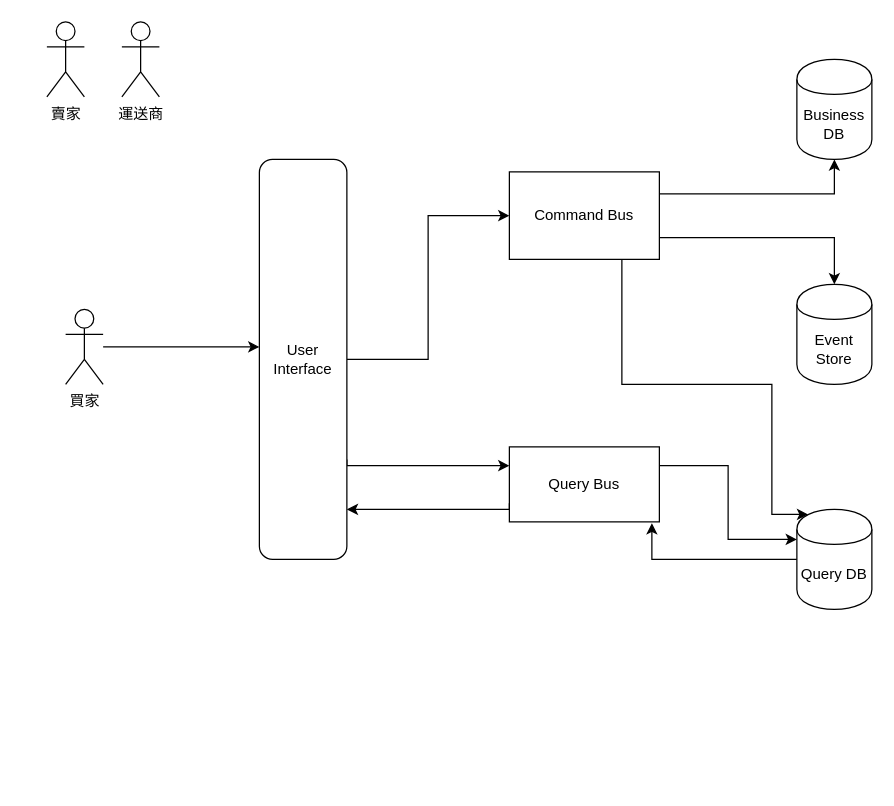
Earlier version of the draw.io diagram 網購流程.drawio (Benknightdark/Shopping). Source tidied: cells renumbered, new cells numbered last; positions are measured from the earlier drawing's top-left corner, leaving out a move shared by most shapes. Both pictures are drawn from the tidied source at 125%, with x=0, y=0 at pixel (46, 21).
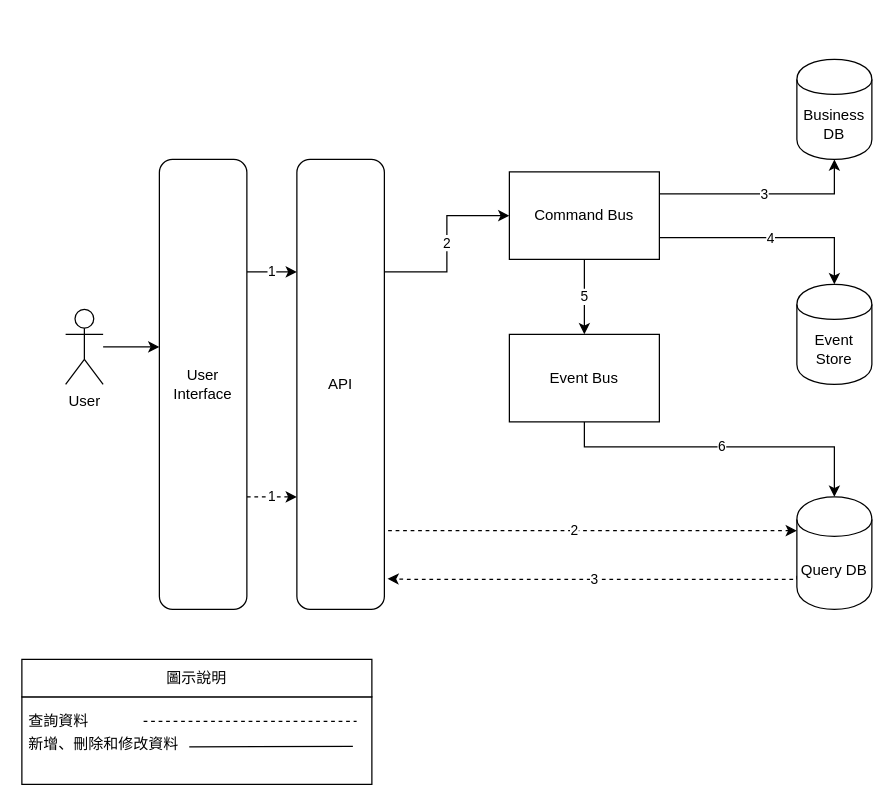
The same diagram, later.

Commit message (it also covers changes not shown here):
更新網購流程.drawio

The change refers to these unchanged cells:
```xml
<mxCell id="5" value="Command Bus" style="rounded=0;whiteSpace=wrap;html=1;" parent="1" vertex="1">
  <mxGeometry x="370" y="120" width="120" height="70" as="geometry" />
</mxCell>
<mxCell id="16" value="Business&lt;br&gt;DB" style="shape=cylinder;whiteSpace=wrap;html=1;boundedLbl=1;backgroundOutline=1;" parent="1" vertex="1">
  <mxGeometry x="600" y="30" width="60" height="80" as="geometry" />
</mxCell>
<mxCell id="17" value="Event Store" style="shape=cylinder;whiteSpace=wrap;html=1;boundedLbl=1;backgroundOutline=1;" parent="1" vertex="1">
  <mxGeometry x="600" y="210" width="60" height="80" as="geometry" />
</mxCell>
```

Change to the diagram source:
```diff
@@
-    <mxCell id="2" style="edgeStyle=orthogonalEdgeStyle;rounded=0;jettySize=auto;html=1;exitX=1;exitY=0.25;exitDx=0;exitDy=0;" parent="1" edge="1" source="5" target="16">
+    <mxCell id="2" value="3" style="edgeStyle=orthogonalEdgeStyle;rounded=0;jettySize=auto;html=1;exitX=1;exitY=0.25;exitDx=0;exitDy=0;" parent="1" edge="1" source="5" target="16">
       <mxGeometry relative="1" as="geometry" />
     </mxCell>
-    <mxCell id="3" style="edgeStyle=orthogonalEdgeStyle;rounded=0;jettySize=auto;html=1;exitX=1;exitY=0.75;exitDx=0;exitDy=0;" parent="1" edge="1" source="5" target="17">
+    <mxCell id="3" value="4" style="edgeStyle=orthogonalEdgeStyle;rounded=0;jettySize=auto;html=1;exitX=1;exitY=0.75;exitDx=0;exitDy=0;" parent="1" edge="1" source="5" target="17">
       <mxGeometry relative="1" as="geometry" />
     </mxCell>
-    <mxCell id="4" style="edgeStyle=orthogonalEdgeStyle;rounded=0;jettySize=auto;html=1;exitX=0.75;exitY=1;exitDx=0;exitDy=0;entryX=0.15;entryY=0.05;entryDx=0;entryDy=0;entryPerimeter=0;" parent="1" edge="1" source="5" target="19">
-      <mxGeometry relative="1" as="geometry">
-        <Array as="points">
-          <mxPoint x="460" y="290" />
-          <mxPoint x="580" y="290" />
-          <mxPoint x="580" y="394" />
-        </Array>
-      </mxGeometry>
-    </mxCell>
+    <mxCell id="20" value="5" style="edgeStyle=orthogonalEdgeStyle;rounded=0;comic=0;jettySize=auto;html=1;strokeColor=#000000;" parent="1" edge="1" source="5" target="29">
+      <mxGeometry relative="1" as="geometry">
+        <Array as="points">
+          <mxPoint x="430" y="240" />
+          <mxPoint x="430" y="240" />
+        </Array>
+      </mxGeometry>
+    </mxCell>
@@
-    <mxCell id="6" style="edgeStyle=orthogonalEdgeStyle;rounded=0;jettySize=auto;html=1;exitX=1;exitY=0.25;exitDx=0;exitDy=0;entryX=0;entryY=0.3;entryDx=0;entryDy=0;" parent="1" edge="1" source="8" target="19">
-      <mxGeometry relative="1" as="geometry" />
-    </mxCell>
-    <mxCell id="7" style="edgeStyle=orthogonalEdgeStyle;rounded=0;jettySize=auto;html=1;exitX=0;exitY=0.75;exitDx=0;exitDy=0;" parent="1" edge="1" source="8" target="15">
-      <mxGeometry relative="1" as="geometry">
-        <Array as="points">
-          <mxPoint x="370" y="390" />
-        </Array>
-      </mxGeometry>
-    </mxCell>
-    <mxCell id="8" value="Query Bus" style="rounded=0;whiteSpace=wrap;html=1;" parent="1" vertex="1">
-      <mxGeometry x="370" y="340" width="120" height="60" as="geometry" />
-    </mxCell>
-    <mxCell id="9" value="賣家" style="shape=umlActor;verticalLabelPosition=bottom;labelBackgroundColor=#ffffff;verticalAlign=top;html=1;" parent="1" vertex="1">
-      <mxGeometry width="30" height="60" as="geometry" />
-    </mxCell>
-    <mxCell id="10" value="運送商" style="shape=umlActor;verticalLabelPosition=bottom;labelBackgroundColor=#ffffff;verticalAlign=top;html=1;" parent="1" vertex="1">
-      <mxGeometry x="60" width="30" height="60" as="geometry" />
-    </mxCell>
@@
-    <mxCell id="12" value="買家" style="shape=umlActor;verticalLabelPosition=bottom;labelBackgroundColor=#ffffff;verticalAlign=top;html=1;outlineConnect=0;" parent="1" vertex="1">
+    <mxCell id="12" value="User" style="shape=umlActor;verticalLabelPosition=bottom;labelBackgroundColor=#ffffff;verticalAlign=top;html=1;outlineConnect=0;" parent="1" vertex="1">
       <mxGeometry x="15" y="230" width="30" height="60" as="geometry" />
     </mxCell>
-    <mxCell id="13" style="edgeStyle=orthogonalEdgeStyle;rounded=0;jettySize=auto;html=1;" parent="1" edge="1" source="15" target="5">
-      <mxGeometry relative="1" as="geometry" />
-    </mxCell>
-    <mxCell id="14" style="edgeStyle=orthogonalEdgeStyle;rounded=0;jettySize=auto;html=1;exitX=1;exitY=0.75;exitDx=0;exitDy=0;entryX=0;entryY=0.25;entryDx=0;entryDy=0;" parent="1" edge="1" source="15" target="8">
-      <mxGeometry relative="1" as="geometry">
-        <Array as="points">
-          <mxPoint x="240" y="355" />
-        </Array>
-      </mxGeometry>
-    </mxCell>
+    <mxCell id="21" value="1" style="edgeStyle=orthogonalEdgeStyle;rounded=0;comic=0;jettySize=auto;html=1;exitX=1;exitY=0.25;exitDx=0;exitDy=0;entryX=0;entryY=0.25;entryDx=0;entryDy=0;strokeColor=#000000;" parent="1" edge="1" source="15" target="27">
+      <mxGeometry relative="1" as="geometry" />
+    </mxCell>
+    <mxCell id="22" value="1" style="edgeStyle=orthogonalEdgeStyle;rounded=0;comic=0;jettySize=auto;html=1;exitX=1;exitY=0.75;exitDx=0;exitDy=0;entryX=0;entryY=0.75;entryDx=0;entryDy=0;strokeColor=#000000;dashed=1;" parent="1" edge="1" source="15" target="27">
+      <mxGeometry relative="1" as="geometry" />
+    </mxCell>
     <mxCell id="15" value="User Interface" style="rounded=1;whiteSpace=wrap;html=1;" parent="1" vertex="1">
-      <mxGeometry x="170" y="110" width="70" height="320" as="geometry" />
+      <mxGeometry x="90" y="110" width="70" height="360" as="geometry" />
     </mxCell>
@@
-    <mxCell id="18" style="edgeStyle=orthogonalEdgeStyle;rounded=0;jettySize=auto;html=1;entryX=0.95;entryY=1.017;entryDx=0;entryDy=0;entryPerimeter=0;" parent="1" edge="1" source="19" target="8">
-      <mxGeometry relative="1" as="geometry" />
-    </mxCell>
+    <mxCell id="23" value="3" style="edgeStyle=orthogonalEdgeStyle;rounded=0;comic=0;jettySize=auto;html=1;exitX=0;exitY=0.7;exitDx=0;exitDy=0;entryX=1.036;entryY=0.932;entryDx=0;entryDy=0;entryPerimeter=0;strokeColor=#000000;dashed=1;" parent="1" edge="1" source="19" target="27">
+      <mxGeometry relative="1" as="geometry">
+        <Array as="points">
+          <mxPoint x="600" y="446" />
+          <mxPoint x="290" y="446" />
+        </Array>
+      </mxGeometry>
+    </mxCell>
     <mxCell id="19" value="Query DB" style="shape=cylinder;whiteSpace=wrap;html=1;boundedLbl=1;backgroundOutline=1;" parent="1" vertex="1">
-      <mxGeometry x="600" y="390" width="60" height="80" as="geometry" />
+      <mxGeometry x="600" y="380" width="60" height="90" as="geometry" />
     </mxCell>
+    <mxCell id="24" style="endArrow=classic;html=1;entryX=0;entryY=0.25;entryDx=0;entryDy=0;exitX=0.986;exitY=0.859;exitDx=0;exitDy=0;exitPerimeter=0;comic=0;fillColor=#e1d5e7;strokeColor=none;" parent="1" edge="1" source="15">
+      <mxGeometry relative="1" as="geometry">
+        <mxPoint x="370" y="385" as="targetPoint" />
+      </mxGeometry>
+    </mxCell>
+    <mxCell id="25" value="2" style="edgeStyle=orthogonalEdgeStyle;rounded=0;comic=0;jettySize=auto;html=1;exitX=1;exitY=0.25;exitDx=0;exitDy=0;strokeColor=#000000;" parent="1" edge="1" source="27" target="5">
+      <mxGeometry relative="1" as="geometry" />
+    </mxCell>
+    <mxCell id="26" value="2" style="edgeStyle=orthogonalEdgeStyle;rounded=0;comic=0;jettySize=auto;html=1;exitX=1;exitY=0.75;exitDx=0;exitDy=0;entryX=0;entryY=0.3;entryDx=0;entryDy=0;strokeColor=#000000;dashed=1;" parent="1" edge="1" source="27" target="19">
+      <mxGeometry relative="1" as="geometry">
+        <Array as="points">
+          <mxPoint x="270" y="407" />
+        </Array>
+      </mxGeometry>
+    </mxCell>
+    <mxCell id="27" value="API" style="rounded=1;whiteSpace=wrap;html=1;" parent="1" vertex="1">
+      <mxGeometry x="200" y="110" width="70" height="360" as="geometry" />
+    </mxCell>
+    <mxCell id="28" value="6" style="edgeStyle=orthogonalEdgeStyle;rounded=0;comic=0;jettySize=auto;html=1;entryX=0.5;entryY=0;entryDx=0;entryDy=0;strokeColor=#000000;" parent="1" edge="1" source="29" target="19">
+      <mxGeometry relative="1" as="geometry">
+        <Array as="points">
+          <mxPoint x="430" y="340" />
+          <mxPoint x="630" y="340" />
+        </Array>
+      </mxGeometry>
+    </mxCell>
+    <mxCell id="29" value="Event Bus" style="rounded=0;whiteSpace=wrap;html=1;" parent="1" vertex="1">
+      <mxGeometry x="370" y="250" width="120" height="70" as="geometry" />
+    </mxCell>
+    <mxCell id="30" style="group;" parent="1" vertex="1">
+      <mxGeometry x="-20" y="510" width="280" height="100" as="geometry" />
+    </mxCell>
+    <mxCell id="31" style="rounded=0;whiteSpace=wrap;html=1;" parent="30" vertex="1">
+      <mxGeometry y="30" width="280" height="70" as="geometry" />
+    </mxCell>
+    <mxCell id="32" style="endArrow=none;dashed=1;html=1;" parent="30" edge="1">
+      <mxGeometry relative="1" as="geometry">
+        <mxPoint x="97.4" y="49.5" as="sourcePoint" />
+        <mxPoint x="267.8" y="49.5" as="targetPoint" />
+      </mxGeometry>
+    </mxCell>
+    <mxCell id="33" style="endArrow=none;html=1;" parent="30" edge="1">
+      <mxGeometry relative="1" as="geometry">
+        <mxPoint x="133.9" y="70" as="sourcePoint" />
+        <mxPoint x="264.8" y="69.5" as="targetPoint" />
+      </mxGeometry>
+    </mxCell>
+    <mxCell id="34" value="圖示說明" style="rounded=0;whiteSpace=wrap;html=1;" parent="30" vertex="1">
+      <mxGeometry width="280" height="30" as="geometry" />
+    </mxCell>
+    <mxCell id="35" value="查詢資料" style="text;html=1;align=center;verticalAlign=middle;labelBackgroundColor=#ffffff;" parent="30" vertex="1">
+      <mxGeometry x="60.1" y="50" as="geometry">
+        <mxPoint x="-32" y="-1" as="offset" />
+      </mxGeometry>
+    </mxCell>
+    <mxCell id="36" value="新增、刪除和修改資料" style="text;html=1;align=center;verticalAlign=middle;labelBackgroundColor=#ffffff;" parent="30" vertex="1">
+      <mxGeometry x="100.2" y="70" as="geometry">
+        <mxPoint x="-36" y="-3" as="offset" />
+      </mxGeometry>
+    </mxCell>
```
